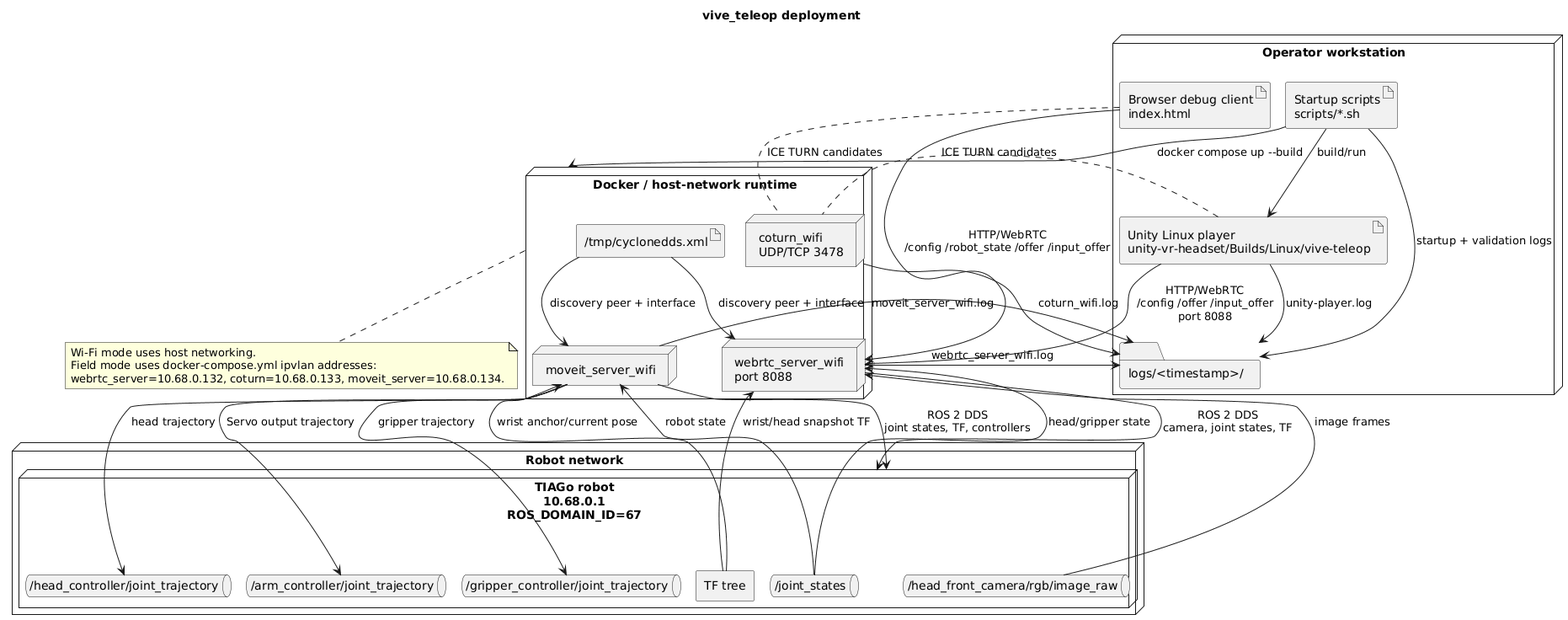
Before: docs/architecture/deployment/deployment.png, a diagram exported from PlantUML (ichores-research/vive_teleop).
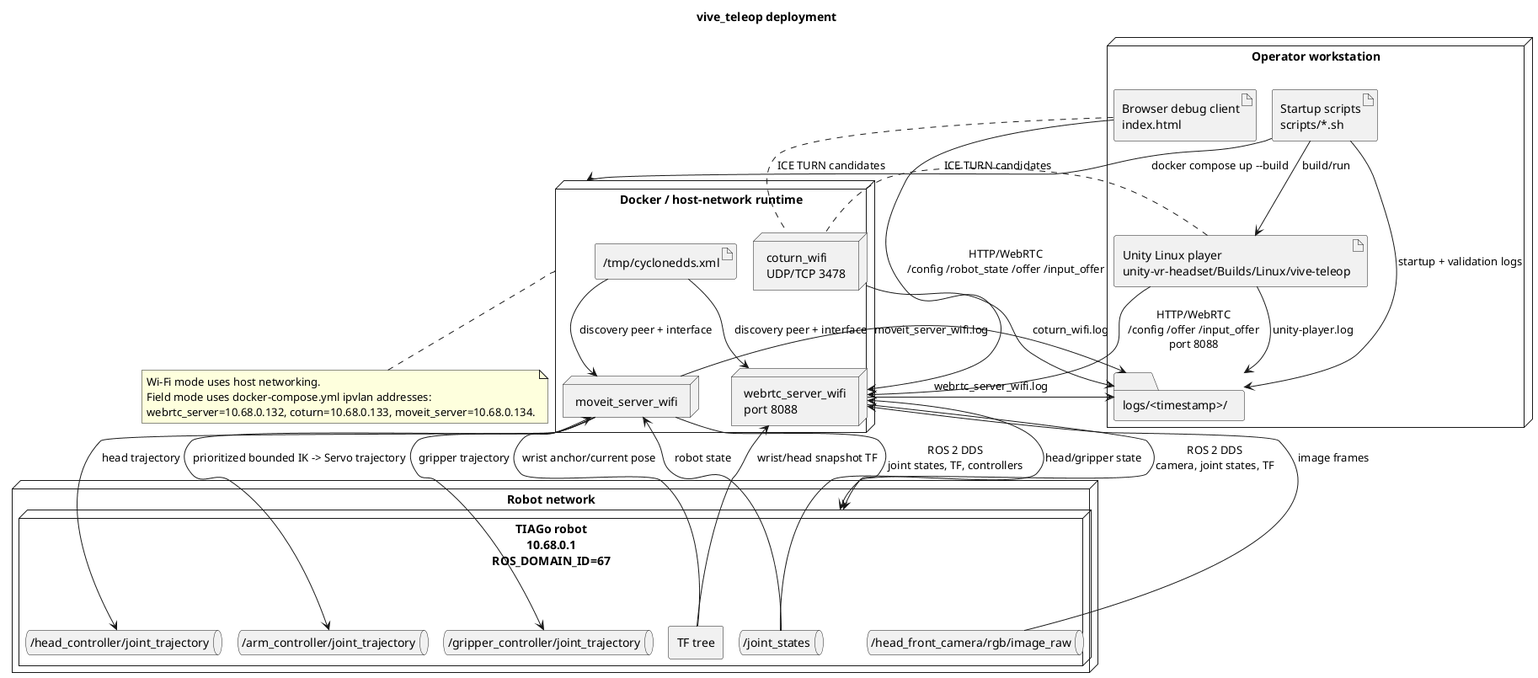
After the change.

What changed in the source:
```diff
@@ -55,7 +55,7 @@
 JointStates --> MoveItServer : robot state
 TfTree --> MoveItServer : wrist anchor/current pose
 MoveItServer --> HeadController : head trajectory
-MoveItServer --> ArmController : Servo output trajectory
+MoveItServer --> ArmController : prioritized bounded IK -> Servo trajectory
 MoveItServer --> GripperController : gripper trajectory
 
 note bottom of Docker
```
